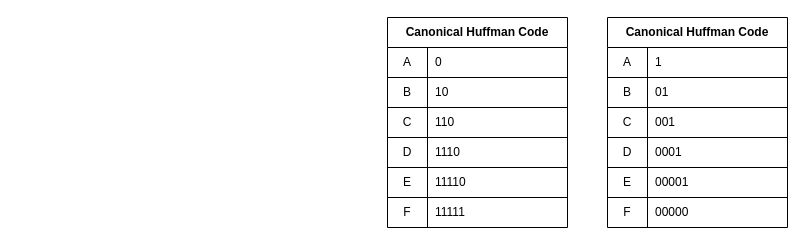
Above: TP1/resources/Ex6/HuffmanCanonicalCode.drawio in jpmatos/ISEL-SM-2021i (draw.io), before the change. Source tidied: cells renumbered, new cells numbered last; positions are measured from the earlier drawing's top-left corner, leaving out a move shared by most shapes. Both pictures are drawn from the tidied source at 100%, with x=0, y=0 at pixel (387, 17).
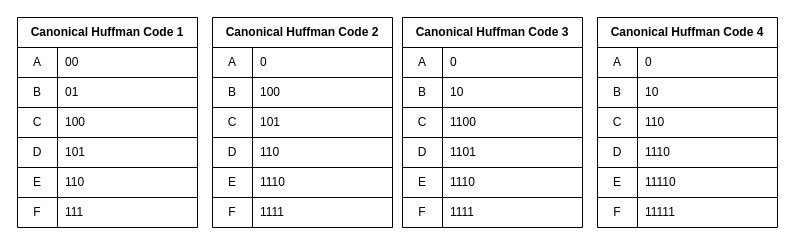
After the change.

The change refers to these unchanged cells:
```xml
<mxCell id="22" style="shape=partialRectangle;html=1;whiteSpace=wrap;fillColor=none;top=0;left=0;bottom=1;right=0;" parent="21" vertex="1">
  <mxGeometry y="30" width="180" height="30" as="geometry" />
</mxCell>
<mxCell id="25" style="shape=partialRectangle;html=1;whiteSpace=wrap;fillColor=none;top=0;left=0;bottom=1;right=0;" parent="21" vertex="1">
  <mxGeometry y="60" width="180" height="30" as="geometry" />
</mxCell>
<mxCell id="28" style="shape=partialRectangle;html=1;whiteSpace=wrap;fillColor=none;top=0;left=0;bottom=0;right=0;" parent="21" vertex="1">
  <mxGeometry y="90" width="180" height="30" as="geometry" />
</mxCell>
<mxCell id="31" style="shape=partialRectangle;html=1;whiteSpace=wrap;fillColor=none;top=0;left=0;bottom=0;right=0;" parent="21" vertex="1">
  <mxGeometry y="120" width="180" height="30" as="geometry" />
</mxCell>
<mxCell id="34" style="shape=partialRectangle;html=1;whiteSpace=wrap;fillColor=none;top=0;left=0;bottom=0;right=0;" parent="21" vertex="1">
  <mxGeometry y="150" width="180" height="30" as="geometry" />
</mxCell>
<mxCell id="37" style="shape=partialRectangle;html=1;whiteSpace=wrap;fillColor=none;top=0;left=0;bottom=0;right=0;" parent="21" vertex="1">
  <mxGeometry y="180" width="180" height="30" as="geometry" />
</mxCell>
```

What changed in the source:
```diff
@@
-    <mxCell id="2" value="Canonical Huffman Code" style="shape=table;html=1;whiteSpace=wrap;startSize=30;childLayout=tableLayout;rowLines=1;fontStyle=1;align=center;resizeLastRow=1;" parent="1" vertex="1">
-      <mxGeometry width="180" height="210" as="geometry" />
+    <mxCell id="2" value="Canonical Huffman Code 4" style="shape=table;html=1;whiteSpace=wrap;startSize=30;childLayout=tableLayout;rowLines=1;fontStyle=1;align=center;resizeLastRow=1;" parent="1" vertex="1">
+      <mxGeometry x="210" width="180" height="210" as="geometry" />
     </mxCell>
@@
-    <mxCell id="21" value="Canonical Huffman Code" style="shape=table;html=1;whiteSpace=wrap;startSize=30;childLayout=tableLayout;rowLines=1;fontStyle=1;align=center;resizeLastRow=1;" parent="1" vertex="1">
-      <mxGeometry x="220" width="180" height="210" as="geometry" />
+    <mxCell id="21" value="Canonical Huffman Code 3" style="shape=table;html=1;whiteSpace=wrap;startSize=30;childLayout=tableLayout;rowLines=1;fontStyle=1;align=center;resizeLastRow=1;" parent="1" vertex="1">
+      <mxGeometry x="15" width="180" height="210" as="geometry" />
     </mxCell>
@@
-    <mxCell id="24" value="1" style="shape=partialRectangle;html=1;whiteSpace=wrap;fillColor=none;top=0;left=0;bottom=0;right=0;align=left;spacingLeft=6;overflow=hidden;" parent="22" vertex="1">
+    <mxCell id="24" value="0" style="shape=partialRectangle;html=1;whiteSpace=wrap;fillColor=none;top=0;left=0;bottom=0;right=0;align=left;spacingLeft=6;overflow=hidden;" parent="22" vertex="1">
       <mxGeometry x="40" width="140" height="30" as="geometry" />
     </mxCell>
@@
-    <mxCell id="27" value="01" style="shape=partialRectangle;html=1;whiteSpace=wrap;fillColor=none;top=0;left=0;bottom=0;right=0;align=left;spacingLeft=6;overflow=hidden;" parent="25" vertex="1">
+    <mxCell id="27" value="10" style="shape=partialRectangle;html=1;whiteSpace=wrap;fillColor=none;top=0;left=0;bottom=0;right=0;align=left;spacingLeft=6;overflow=hidden;" parent="25" vertex="1">
       <mxGeometry x="40" width="140" height="30" as="geometry" />
     </mxCell>
@@
-    <mxCell id="30" value="001" style="shape=partialRectangle;html=1;whiteSpace=wrap;fillColor=none;top=0;left=0;bottom=0;right=0;align=left;spacingLeft=6;overflow=hidden;" parent="28" vertex="1">
+    <mxCell id="30" value="1100" style="shape=partialRectangle;html=1;whiteSpace=wrap;fillColor=none;top=0;left=0;bottom=0;right=0;align=left;spacingLeft=6;overflow=hidden;" parent="28" vertex="1">
       <mxGeometry x="40" width="140" height="30" as="geometry" />
     </mxCell>
@@
-    <mxCell id="33" value="0001" style="shape=partialRectangle;html=1;whiteSpace=wrap;fillColor=none;top=0;left=0;bottom=0;right=0;align=left;spacingLeft=6;overflow=hidden;" parent="31" vertex="1">
+    <mxCell id="33" value="1101" style="shape=partialRectangle;html=1;whiteSpace=wrap;fillColor=none;top=0;left=0;bottom=0;right=0;align=left;spacingLeft=6;overflow=hidden;" parent="31" vertex="1">
       <mxGeometry x="40" width="140" height="30" as="geometry" />
     </mxCell>
@@
-    <mxCell id="36" value="00001" style="shape=partialRectangle;html=1;whiteSpace=wrap;fillColor=none;top=0;left=0;bottom=0;right=0;align=left;spacingLeft=6;overflow=hidden;" parent="34" vertex="1">
+    <mxCell id="36" value="1110" style="shape=partialRectangle;html=1;whiteSpace=wrap;fillColor=none;top=0;left=0;bottom=0;right=0;align=left;spacingLeft=6;overflow=hidden;" parent="34" vertex="1">
       <mxGeometry x="40" width="140" height="30" as="geometry" />
     </mxCell>
@@
-    <mxCell id="39" value="00000" style="shape=partialRectangle;html=1;whiteSpace=wrap;fillColor=none;top=0;left=0;bottom=0;right=0;align=left;spacingLeft=6;overflow=hidden;" parent="37" vertex="1">
+    <mxCell id="39" value="1111" style="shape=partialRectangle;html=1;whiteSpace=wrap;fillColor=none;top=0;left=0;bottom=0;right=0;align=left;spacingLeft=6;overflow=hidden;" parent="37" vertex="1">
       <mxGeometry x="40" width="140" height="30" as="geometry" />
     </mxCell>
+    <mxCell id="40" value="Canonical Huffman Code 2" style="shape=table;html=1;whiteSpace=wrap;startSize=30;childLayout=tableLayout;rowLines=1;fontStyle=1;align=center;resizeLastRow=1;" parent="1" vertex="1">
+      <mxGeometry x="-175" width="180" height="210" as="geometry" />
+    </mxCell>
+    <mxCell id="41" style="shape=partialRectangle;html=1;whiteSpace=wrap;fillColor=none;top=0;left=0;bottom=1;right=0;" parent="40" vertex="1">
+      <mxGeometry y="30" width="180" height="30" as="geometry" />
+    </mxCell>
+    <mxCell id="42" value="A" style="shape=partialRectangle;html=1;whiteSpace=wrap;fillColor=none;top=0;left=0;bottom=0;right=0;overflow=hidden;" parent="41" vertex="1">
+      <mxGeometry width="40" height="30" as="geometry" />
+    </mxCell>
+    <mxCell id="43" value="0" style="shape=partialRectangle;html=1;whiteSpace=wrap;fillColor=none;top=0;left=0;bottom=0;right=0;align=left;spacingLeft=6;overflow=hidden;" parent="41" vertex="1">
+      <mxGeometry x="40" width="140" height="30" as="geometry" />
+    </mxCell>
+    <mxCell id="44" style="shape=partialRectangle;html=1;whiteSpace=wrap;fillColor=none;top=0;left=0;bottom=1;right=0;" parent="40" vertex="1">
+      <mxGeometry y="60" width="180" height="30" as="geometry" />
+    </mxCell>
+    <mxCell id="45" value="B" style="shape=partialRectangle;html=1;whiteSpace=wrap;fillColor=none;top=0;left=0;bottom=0;right=0;overflow=hidden;" parent="44" vertex="1">
+      <mxGeometry width="40" height="30" as="geometry" />
+    </mxCell>
+    <mxCell id="46" value="100" style="shape=partialRectangle;html=1;whiteSpace=wrap;fillColor=none;top=0;left=0;bottom=0;right=0;align=left;spacingLeft=6;overflow=hidden;" parent="44" vertex="1">
+      <mxGeometry x="40" width="140" height="30" as="geometry" />
+    </mxCell>
+    <mxCell id="47" style="shape=partialRectangle;html=1;whiteSpace=wrap;fillColor=none;top=0;left=0;bottom=0;right=0;" parent="40" vertex="1">
+      <mxGeometry y="90" width="180" height="30" as="geometry" />
+    </mxCell>
+    <mxCell id="48" value="C" style="shape=partialRectangle;html=1;whiteSpace=wrap;fillColor=none;top=0;left=0;bottom=0;right=0;overflow=hidden;" parent="47" vertex="1">
+      <mxGeometry width="40" height="30" as="geometry" />
+    </mxCell>
+    <mxCell id="49" value="101" style="shape=partialRectangle;html=1;whiteSpace=wrap;fillColor=none;top=0;left=0;bottom=0;right=0;align=left;spacingLeft=6;overflow=hidden;" parent="47" vertex="1">
+      <mxGeometry x="40" width="140" height="30" as="geometry" />
+    </mxCell>
+    <mxCell id="50" style="shape=partialRectangle;html=1;whiteSpace=wrap;fillColor=none;top=0;left=0;bottom=0;right=0;" parent="40" vertex="1">
+      <mxGeometry y="120" width="180" height="30" as="geometry" />
+    </mxCell>
+    <mxCell id="51" value="D" style="shape=partialRectangle;html=1;whiteSpace=wrap;fillColor=none;top=0;left=0;bottom=0;right=0;overflow=hidden;" parent="50" vertex="1">
+      <mxGeometry width="40" height="30" as="geometry" />
+    </mxCell>
+    <mxCell id="52" value="110" style="shape=partialRectangle;html=1;whiteSpace=wrap;fillColor=none;top=0;left=0;bottom=0;right=0;align=left;spacingLeft=6;overflow=hidden;" parent="50" vertex="1">
+      <mxGeometry x="40" width="140" height="30" as="geometry" />
+    </mxCell>
+    <mxCell id="53" style="shape=partialRectangle;html=1;whiteSpace=wrap;fillColor=none;top=0;left=0;bottom=0;right=0;" parent="40" vertex="1">
+      <mxGeometry y="150" width="180" height="30" as="geometry" />
+    </mxCell>
+    <mxCell id="54" value="E" style="shape=partialRectangle;html=1;whiteSpace=wrap;fillColor=none;top=0;left=0;bottom=0;right=0;overflow=hidden;" parent="53" vertex="1">
+      <mxGeometry width="40" height="30" as="geometry" />
+    </mxCell>
+    <mxCell id="55" value="1110" style="shape=partialRectangle;html=1;whiteSpace=wrap;fillColor=none;top=0;left=0;bottom=0;right=0;align=left;spacingLeft=6;overflow=hidden;" parent="53" vertex="1">
+      <mxGeometry x="40" width="140" height="30" as="geometry" />
+    </mxCell>
+    <mxCell id="56" style="shape=partialRectangle;html=1;whiteSpace=wrap;fillColor=none;top=0;left=0;bottom=0;right=0;" parent="40" vertex="1">
+      <mxGeometry y="180" width="180" height="30" as="geometry" />
+    </mxCell>
+    <mxCell id="57" value="F" style="shape=partialRectangle;html=1;whiteSpace=wrap;fillColor=none;top=0;left=0;bottom=0;right=0;overflow=hidden;" parent="56" vertex="1">
+      <mxGeometry width="40" height="30" as="geometry" />
+    </mxCell>
+    <mxCell id="58" value="1111" style="shape=partialRectangle;html=1;whiteSpace=wrap;fillColor=none;top=0;left=0;bottom=0;right=0;align=left;spacingLeft=6;overflow=hidden;" parent="56" vertex="1">
+      <mxGeometry x="40" width="140" height="30" as="geometry" />
+    </mxCell>
+    <mxCell id="59" value="Canonical Huffman Code 1" style="shape=table;html=1;whiteSpace=wrap;startSize=30;childLayout=tableLayout;rowLines=1;fontStyle=1;align=center;resizeLastRow=1;" parent="1" vertex="1">
+      <mxGeometry x="-370" width="180" height="210" as="geometry" />
+    </mxCell>
+    <mxCell id="60" style="shape=partialRectangle;html=1;whiteSpace=wrap;fillColor=none;top=0;left=0;bottom=1;right=0;" parent="59" vertex="1">
+      <mxGeometry y="30" width="180" height="30" as="geometry" />
+    </mxCell>
+    <mxCell id="61" value="A" style="shape=partialRectangle;html=1;whiteSpace=wrap;fillColor=none;top=0;left=0;bottom=0;right=0;overflow=hidden;" parent="60" vertex="1">
+      <mxGeometry width="40" height="30" as="geometry" />
+    </mxCell>
+    <mxCell id="62" value="00" style="shape=partialRectangle;html=1;whiteSpace=wrap;fillColor=none;top=0;left=0;bottom=0;right=0;align=left;spacingLeft=6;overflow=hidden;" parent="60" vertex="1">
+      <mxGeometry x="40" width="140" height="30" as="geometry" />
+    </mxCell>
+    <mxCell id="63" style="shape=partialRectangle;html=1;whiteSpace=wrap;fillColor=none;top=0;left=0;bottom=1;right=0;" parent="59" vertex="1">
+      <mxGeometry y="60" width="180" height="30" as="geometry" />
+    </mxCell>
+    <mxCell id="64" value="B" style="shape=partialRectangle;html=1;whiteSpace=wrap;fillColor=none;top=0;left=0;bottom=0;right=0;overflow=hidden;" parent="63" vertex="1">
+      <mxGeometry width="40" height="30" as="geometry" />
+    </mxCell>
+    <mxCell id="65" value="01" style="shape=partialRectangle;html=1;whiteSpace=wrap;fillColor=none;top=0;left=0;bottom=0;right=0;align=left;spacingLeft=6;overflow=hidden;" parent="63" vertex="1">
+      <mxGeometry x="40" width="140" height="30" as="geometry" />
+    </mxCell>
+    <mxCell id="66" style="shape=partialRectangle;html=1;whiteSpace=wrap;fillColor=none;top=0;left=0;bottom=0;right=0;" parent="59" vertex="1">
+      <mxGeometry y="90" width="180" height="30" as="geometry" />
+    </mxCell>
+    <mxCell id="67" value="C" style="shape=partialRectangle;html=1;whiteSpace=wrap;fillColor=none;top=0;left=0;bottom=0;right=0;overflow=hidden;" parent="66" vertex="1">
+      <mxGeometry width="40" height="30" as="geometry" />
+    </mxCell>
+    <mxCell id="68" value="100" style="shape=partialRectangle;html=1;whiteSpace=wrap;fillColor=none;top=0;left=0;bottom=0;right=0;align=left;spacingLeft=6;overflow=hidden;" parent="66" vertex="1">
+      <mxGeometry x="40" width="140" height="30" as="geometry" />
+    </mxCell>
+    <mxCell id="69" style="shape=partialRectangle;html=1;whiteSpace=wrap;fillColor=none;top=0;left=0;bottom=0;right=0;" parent="59" vertex="1">
+      <mxGeometry y="120" width="180" height="30" as="geometry" />
+    </mxCell>
+    <mxCell id="70" value="D" style="shape=partialRectangle;html=1;whiteSpace=wrap;fillColor=none;top=0;left=0;bottom=0;right=0;overflow=hidden;" parent="69" vertex="1">
+      <mxGeometry width="40" height="30" as="geometry" />
+    </mxCell>
+    <mxCell id="71" value="101" style="shape=partialRectangle;html=1;whiteSpace=wrap;fillColor=none;top=0;left=0;bottom=0;right=0;align=left;spacingLeft=6;overflow=hidden;" parent="69" vertex="1">
+      <mxGeometry x="40" width="140" height="30" as="geometry" />
+    </mxCell>
+    <mxCell id="72" style="shape=partialRectangle;html=1;whiteSpace=wrap;fillColor=none;top=0;left=0;bottom=0;right=0;" parent="59" vertex="1">
+      <mxGeometry y="150" width="180" height="30" as="geometry" />
+    </mxCell>
+    <mxCell id="73" value="E" style="shape=partialRectangle;html=1;whiteSpace=wrap;fillColor=none;top=0;left=0;bottom=0;right=0;overflow=hidden;" parent="72" vertex="1">
+      <mxGeometry width="40" height="30" as="geometry" />
+    </mxCell>
+    <mxCell id="74" value="110" style="shape=partialRectangle;html=1;whiteSpace=wrap;fillColor=none;top=0;left=0;bottom=0;right=0;align=left;spacingLeft=6;overflow=hidden;" parent="72" vertex="1">
+      <mxGeometry x="40" width="140" height="30" as="geometry" />
+    </mxCell>
+    <mxCell id="75" style="shape=partialRectangle;html=1;whiteSpace=wrap;fillColor=none;top=0;left=0;bottom=0;right=0;" parent="59" vertex="1">
+      <mxGeometry y="180" width="180" height="30" as="geometry" />
+    </mxCell>
+    <mxCell id="76" value="F" style="shape=partialRectangle;html=1;whiteSpace=wrap;fillColor=none;top=0;left=0;bottom=0;right=0;overflow=hidden;" parent="75" vertex="1">
+      <mxGeometry width="40" height="30" as="geometry" />
+    </mxCell>
+    <mxCell id="77" value="111" style="shape=partialRectangle;html=1;whiteSpace=wrap;fillColor=none;top=0;left=0;bottom=0;right=0;align=left;spacingLeft=6;overflow=hidden;" parent="75" vertex="1">
+      <mxGeometry x="40" width="140" height="30" as="geometry" />
+    </mxCell>
```
